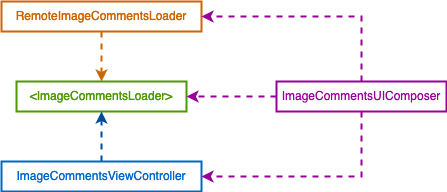
Earlier version of the draw.io export ImageComment-Architecture.png (essentialdevelopercom/ios-lead-essentials-image-comments-challenge). Source tidied: cells renumbered, new cells last; positions are measured from the earlier drawing's top-left corner, leaving out a move shared by most shapes.
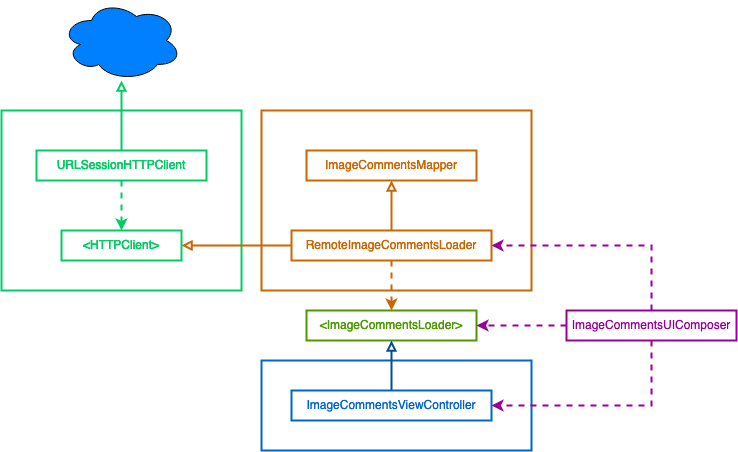
The same diagram one commit later.

Diff of the diagram source:
```diff
@@ -2,16 +2,31 @@
   <root>
     <mxCell id="0" />
     <mxCell id="1" parent="0" />
+    <mxCell id="11" style="rounded=0;whiteSpace=wrap;html=1;fontColor=#CC6600;fillColor=none;strokeColor=#CC6600;strokeWidth=2;" parent="1" vertex="1">
+      <mxGeometry x="-30" y="-120" width="270" height="180" as="geometry" />
+    </mxCell>
+    <mxCell id="12" style="rounded=0;whiteSpace=wrap;html=1;strokeColor=#00CC66;fontColor=#CC6600;fillColor=none;strokeWidth=2;" parent="1" vertex="1">
+      <mxGeometry x="-290" y="-120" width="240" height="180" as="geometry" />
+    </mxCell>
+    <mxCell id="13" style="rounded=0;whiteSpace=wrap;html=1;fontColor=#CC6600;fillColor=none;strokeColor=#0066CC;strokeWidth=2;" parent="1" vertex="1">
+      <mxGeometry x="-30" y="130" width="270" height="90" as="geometry" />
+    </mxCell>
     <mxCell id="2" value="&lt;div&gt;&amp;lt;ImageCommentsLoader&amp;gt;&lt;/div&gt;" style="rounded=0;whiteSpace=wrap;html=1;fillColor=none;strokeWidth=2;strokeColor=#4D9900;fontColor=#4D9900;" parent="1" vertex="1">
       <mxGeometry x="15" y="80" width="170" height="30" as="geometry" />
     </mxCell>
     <mxCell id="3" style="edgeStyle=orthogonalEdgeStyle;rounded=0;jettySize=auto;html=1;entryX=0.5;entryY=0;entryDx=0;entryDy=0;dashed=1;strokeWidth=2;fontColor=#990099;strokeColor=#CC6600;" parent="1" edge="1" source="4" target="2">
       <mxGeometry relative="1" as="geometry" />
     </mxCell>
+    <mxCell id="14" style="edgeStyle=orthogonalEdgeStyle;rounded=0;jettySize=auto;html=1;entryX=0.5;entryY=1;entryDx=0;entryDy=0;strokeWidth=2;strokeColor=#CC6600;endArrow=block;endFill=0;" parent="1" edge="1" source="4" target="16">
+      <mxGeometry relative="1" as="geometry" />
+    </mxCell>
+    <mxCell id="15" style="edgeStyle=orthogonalEdgeStyle;rounded=0;jettySize=auto;html=1;entryX=1;entryY=0.5;entryDx=0;entryDy=0;endArrow=block;endFill=0;strokeWidth=2;fontColor=#CC6600;strokeColor=#CC6600;" parent="1" edge="1" source="4" target="17">
+      <mxGeometry relative="1" as="geometry" />
+    </mxCell>
     <mxCell id="4" value="RemoteImageCommentsLoader" style="rounded=0;whiteSpace=wrap;html=1;fillColor=none;strokeWidth=2;strokeColor=#CC6600;fontColor=#CC6600;" parent="1" vertex="1">
       <mxGeometry width="200" height="30" as="geometry" />
     </mxCell>
-    <mxCell id="5" style="edgeStyle=orthogonalEdgeStyle;rounded=0;jettySize=auto;html=1;dashed=1;strokeWidth=2;fontColor=#990099;strokeColor=#004C99;exitX=0.5;exitY=0;exitDx=0;exitDy=0;" parent="1" edge="1" source="6" target="2">
+    <mxCell id="5" style="edgeStyle=orthogonalEdgeStyle;rounded=0;jettySize=auto;html=1;strokeWidth=2;fontColor=#990099;strokeColor=#004C99;exitX=0.5;exitY=0;exitDx=0;exitDy=0;endArrow=block;endFill=0;" parent="1" edge="1" source="6" target="2">
       <mxGeometry relative="1" as="geometry" />
     </mxCell>
     <mxCell id="6" value="ImageCommentsViewController" style="rounded=0;whiteSpace=wrap;html=1;fontColor=#0066CC;strokeWidth=2;fillColor=none;strokeColor=#0066CC;" parent="1" vertex="1">
@@ -37,5 +52,23 @@
     <mxCell id="10" value="&lt;div&gt;ImageCommentsUIComposer&lt;/div&gt;" style="rounded=0;whiteSpace=wrap;html=1;fillColor=none;strokeColor=#990099;strokeWidth=2;fontColor=#990099;" parent="1" vertex="1">
       <mxGeometry x="275" y="80" width="170" height="30" as="geometry" />
     </mxCell>
+    <mxCell id="16" value="ImageCommentsMapper" style="rounded=0;whiteSpace=wrap;html=1;fillColor=none;strokeWidth=2;strokeColor=#CC6600;fontColor=#CC6600;" parent="1" vertex="1">
+      <mxGeometry x="15" y="-80" width="170" height="30" as="geometry" />
+    </mxCell>
+    <mxCell id="17" value="&amp;lt;HTTPClient&amp;gt;" style="rounded=0;whiteSpace=wrap;html=1;fillColor=none;strokeWidth=2;strokeColor=#00CC66;fontColor=#00CC66;" parent="1" vertex="1">
+      <mxGeometry x="-230" width="120" height="30" as="geometry" />
+    </mxCell>
+    <mxCell id="18" style="edgeStyle=orthogonalEdgeStyle;rounded=0;jettySize=auto;html=1;entryX=0.5;entryY=0;entryDx=0;entryDy=0;strokeWidth=2;dashed=1;strokeColor=#00CC66;" parent="1" edge="1" source="20" target="17">
+      <mxGeometry relative="1" as="geometry" />
+    </mxCell>
+    <mxCell id="19" style="edgeStyle=orthogonalEdgeStyle;rounded=0;jettySize=auto;html=1;strokeWidth=2;endArrow=block;endFill=0;strokeColor=#00CC66;" parent="1" edge="1" source="20" target="21">
+      <mxGeometry relative="1" as="geometry" />
+    </mxCell>
+    <mxCell id="20" value="URLSessionHTTPClient" style="rounded=0;whiteSpace=wrap;html=1;fillColor=none;strokeWidth=2;strokeColor=#00CC66;fontColor=#00CC66;" parent="1" vertex="1">
+      <mxGeometry x="-255" y="-80" width="170" height="30" as="geometry" />
+    </mxCell>
+    <mxCell id="21" style="ellipse;shape=cloud;whiteSpace=wrap;html=1;fillColor=#007FFF;" parent="1" vertex="1">
+      <mxGeometry x="-230" y="-230" width="120" height="80" as="geometry" />
+    </mxCell>
   </root>
 </mxGraphModel>
```
